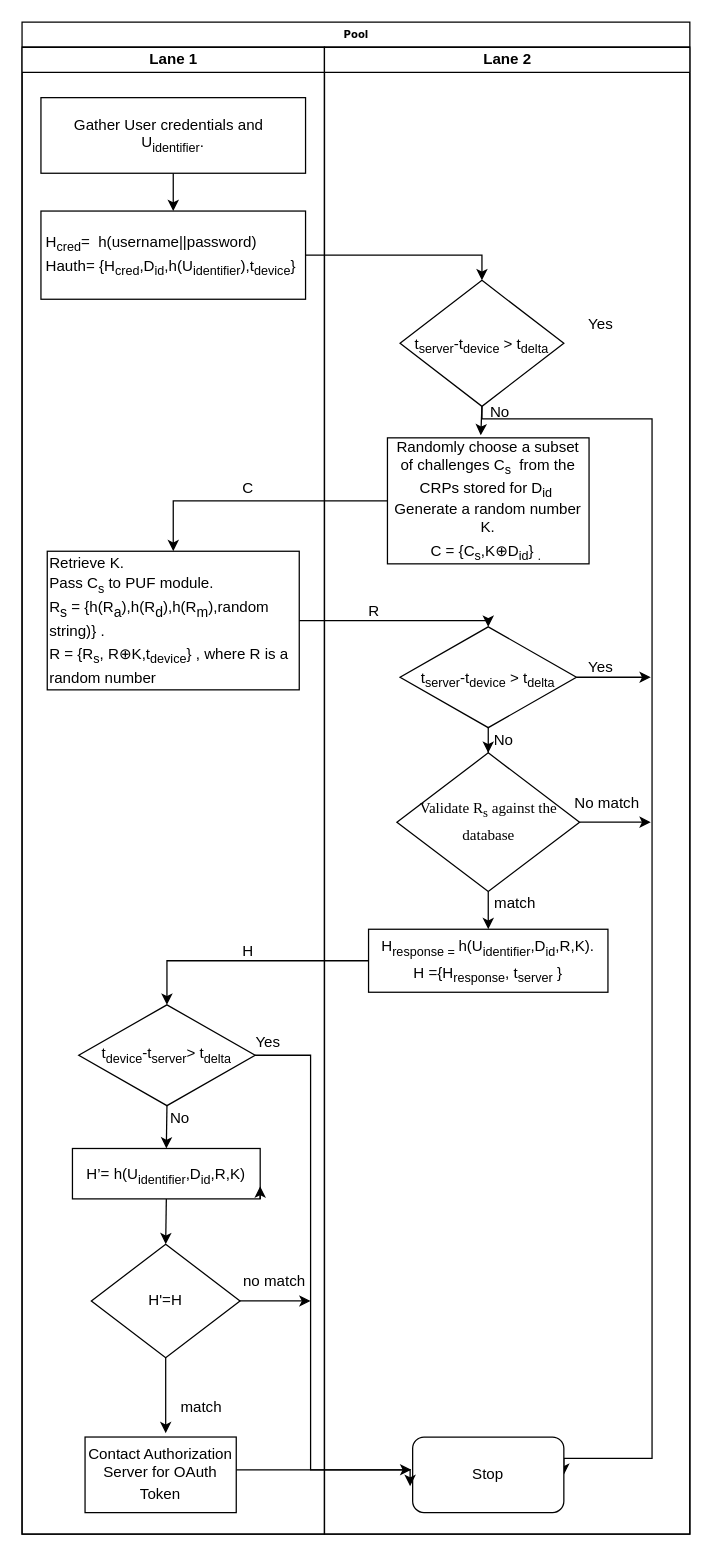
Above: Authentication.drawio in vivinkrishnan/drawio (draw.io), before the change. Source tidied: cells renumbered, new cells numbered last; positions are measured from the earlier drawing's top-left corner, leaving out a move shared by most shapes. Both pictures are drawn from the tidied source at 126%, with x=0, y=0 at pixel (21, 21).
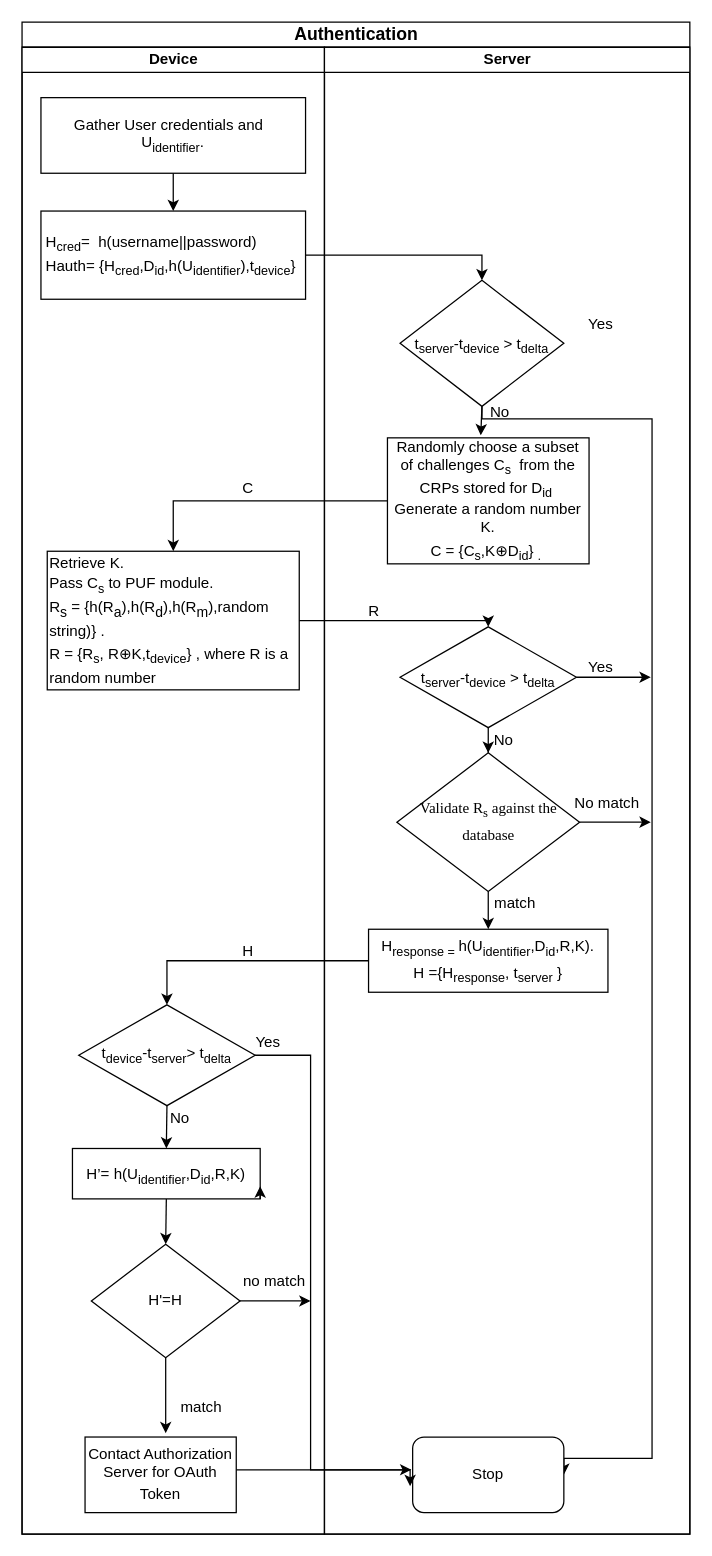
Above is the later version.

Diff of the diagram source:
```diff
@@
-    <mxCell id="2" value="Pool" style="swimlane;html=1;startSize=20;rounded=0;shadow=0;labelBackgroundColor=none;strokeWidth=1;fontFamily=Verdana;fontSize=8;align=center;" parent="1" vertex="1">
+    <mxCell id="2" value="&lt;font face=&quot;Helvetica&quot; style=&quot;font-size: 14px&quot;&gt;Authentication&lt;/font&gt;" style="swimlane;html=1;startSize=20;rounded=0;shadow=0;labelBackgroundColor=none;strokeWidth=1;fontFamily=Verdana;fontSize=8;align=center;" parent="1" vertex="1">
       <mxGeometry width="530" height="1200" as="geometry" />
     </mxCell>
@@
-    <mxCell id="12" value="Lane 1" style="swimlane;html=1;startSize=20;" parent="2" vertex="1">
+    <mxCell id="12" value="Device" style="swimlane;html=1;startSize=20;" parent="2" vertex="1">
       <mxGeometry y="20" width="240" height="1180" as="geometry" />
     </mxCell>
@@
-    <mxCell id="28" value="Lane 2" style="swimlane;html=1;startSize=20;" parent="2" vertex="1">
+    <mxCell id="28" value="Server" style="swimlane;html=1;startSize=20;" parent="2" vertex="1">
       <mxGeometry x="240" y="20" width="290" height="1180" as="geometry" />
     </mxCell>
```
